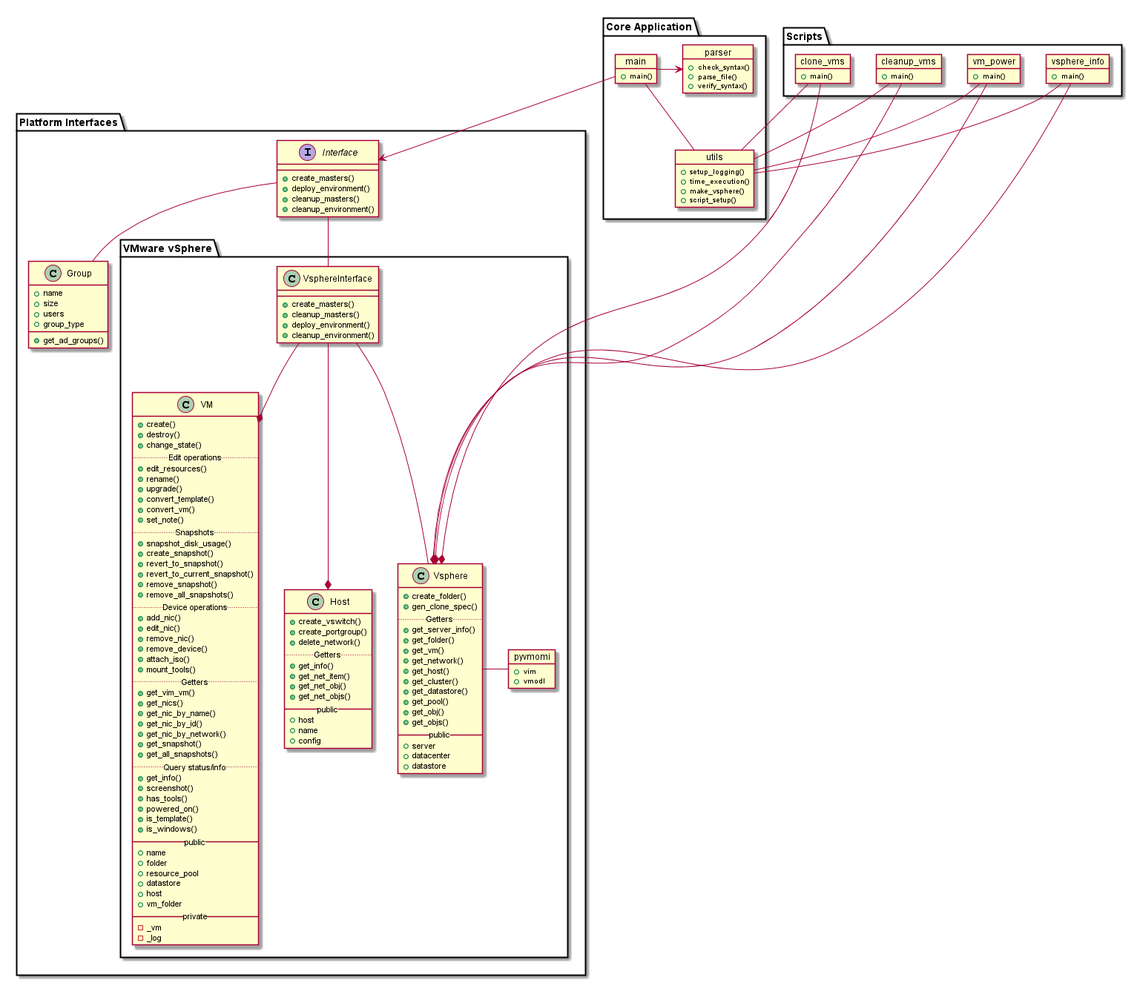
This is documentation/vsphere-interface-api.png from GhostofGoes/ADLES, a PlantUML export, as it was before one commit.
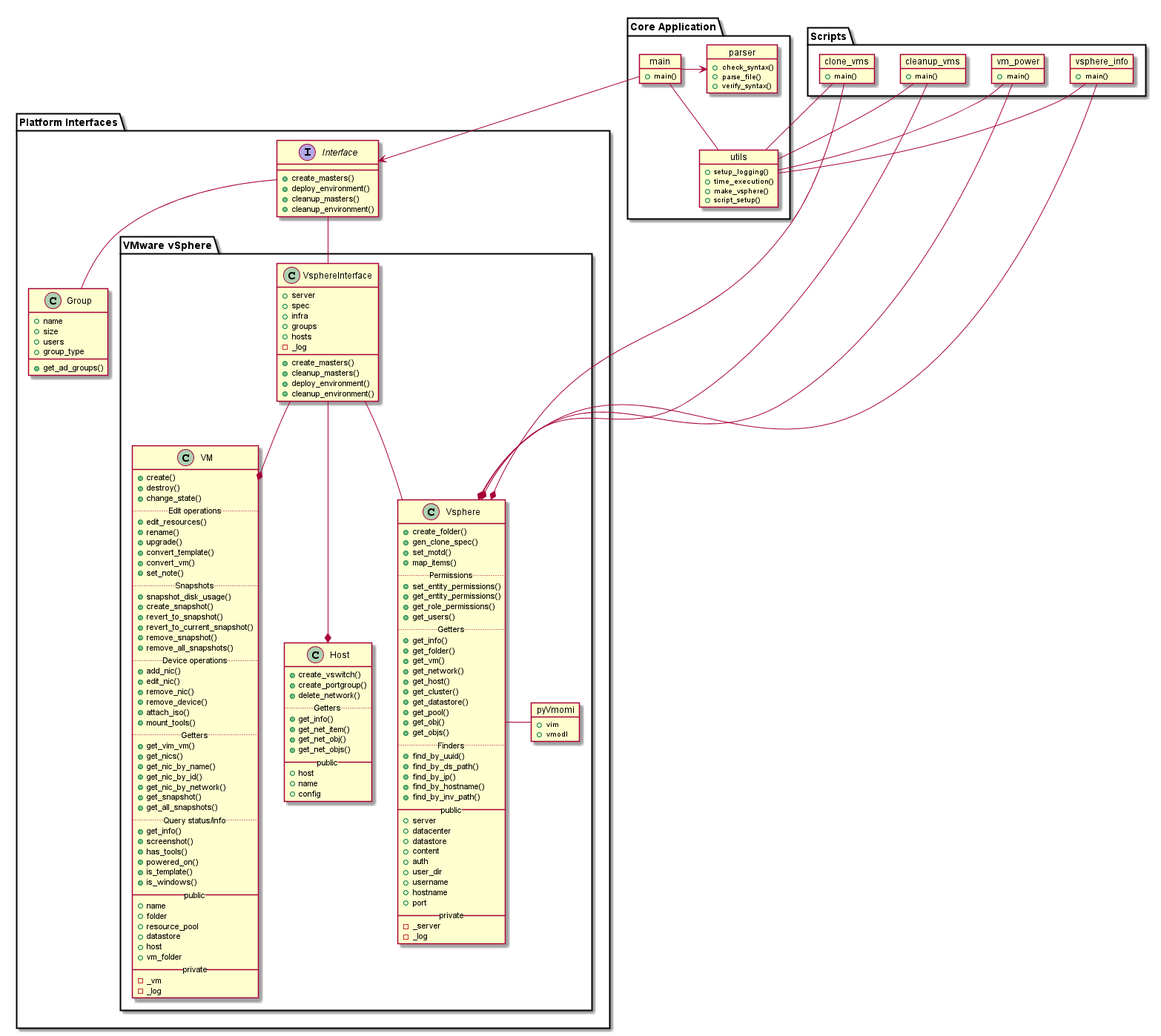
Later version of the same file.

Diff of the diagram source:
```diff
@@ -66,13 +66,26 @@
             + cleanup_masters()
             + deploy_environment()
             + cleanup_environment()
+            + server
+            + spec
+            + infra
+            + groups
+            + hosts
+            - _log
         }
 
         class Vsphere {
             + create_folder()
             + gen_clone_spec()
+            + set_motd()
+            + map_items()
+            .. Permissions ..
+            + set_entity_permissions()
+            + get_entity_permissions()
+            + get_role_permissions()
+            + get_users()
             .. Getters ..
-            + get_server_info()
+            + get_info()
             + get_folder()
             + get_vm()
             + get_network()
@@ -82,10 +95,25 @@
             + get_pool()
             + get_obj()
             + get_objs()
+            .. Finders ..
+            + find_by_uuid()
+            + find_by_ds_path()
+            + find_by_ip()
+            + find_by_hostname()
+            + find_by_inv_path()
             __ public __
             + server
             + datacenter
             + datastore
+            + content
+            + auth
+            + user_dir
+            + username
+            + hostname
+            + port
+            __ private __
+            - _server
+            - _log
         }
 
         class VM {
@@ -155,16 +183,17 @@
             + config
         }
 
-        object pyvmomi {
+        object pyVmomi {
             + vim
             + vmodl
         }
 
         Interface -- VsphereInterface
+
         VsphereInterface -- Vsphere
         VsphereInterface --* VM
         VsphereInterface --* Host
-        Vsphere - pyvmomi
+        Vsphere - pyVmomi
     }
 }
 
```
